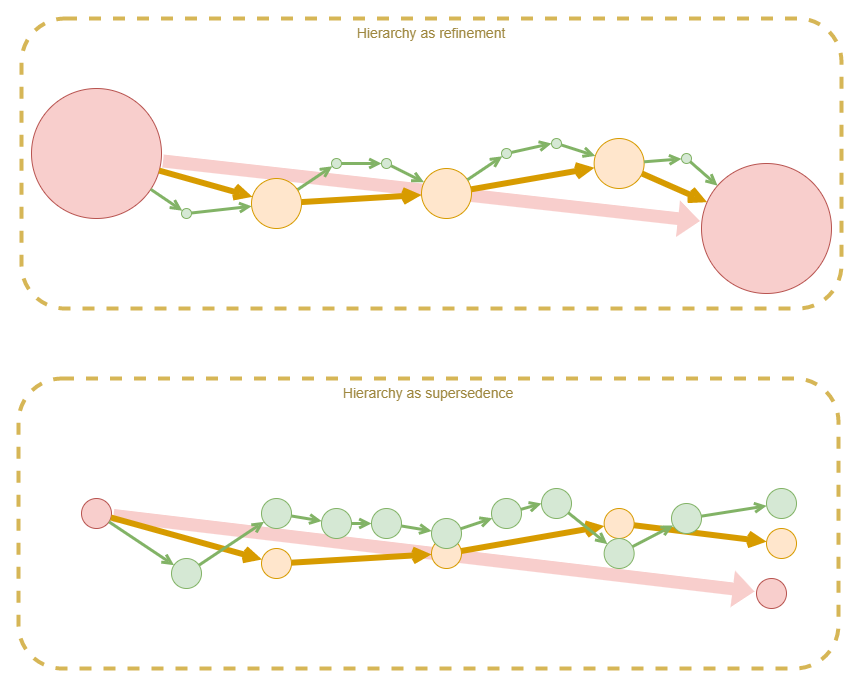
Before: files/Executive-control-hierarchical-rewards.png, a diagram exported from draw.io (malcolmlett/malcolmlett.github.io). Source tidied: cells renumbered, new cells last; positions are measured from the earlier drawing's top-left corner, leaving out a move shared by most shapes.
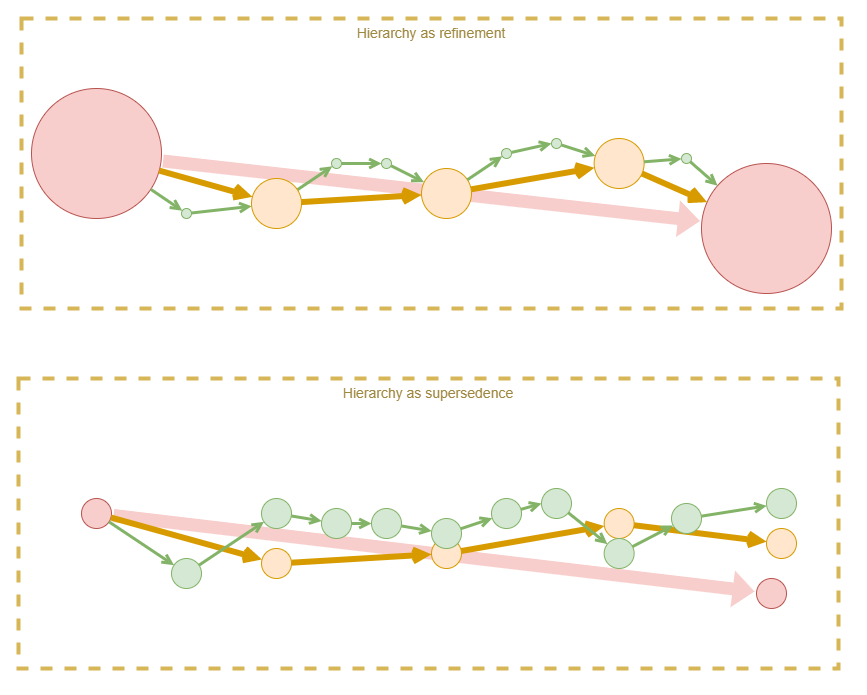
Later version of the same file.

What changed in the source:
```diff
@@ -2,10 +2,10 @@
   <root>
     <mxCell id="0" />
     <mxCell id="1" parent="0" />
-    <mxCell id="2" value="Hierarchy as refinement" style="rounded=1;whiteSpace=wrap;html=1;fontSize=14;strokeColor=#d6b656;fillColor=none;strokeWidth=4;dashed=1;verticalAlign=top;fontColor=#9E873F;" parent="1" vertex="1">
+    <mxCell id="2" value="Hierarchy as refinement" style="rounded=0;whiteSpace=wrap;html=1;fontSize=14;strokeColor=#d6b656;fillColor=none;strokeWidth=4;dashed=1;verticalAlign=top;fontColor=#9E873F;" parent="1" vertex="1">
       <mxGeometry x="3" width="820" height="290" as="geometry" />
     </mxCell>
-    <mxCell id="3" value="Hierarchy as supersedence" style="rounded=1;whiteSpace=wrap;html=1;fontSize=14;strokeColor=#d6b656;fillColor=none;strokeWidth=4;dashed=1;verticalAlign=top;fontColor=#9E873F;" parent="1" vertex="1">
+    <mxCell id="3" value="Hierarchy as supersedence" style="rounded=0;whiteSpace=wrap;html=1;fontSize=14;strokeColor=#d6b656;fillColor=none;strokeWidth=4;dashed=1;verticalAlign=top;fontColor=#9E873F;" parent="1" vertex="1">
       <mxGeometry y="360" width="820" height="290" as="geometry" />
     </mxCell>
     <mxCell id="4" style="edgeStyle=none;rounded=0;jettySize=auto;html=1;endArrow=open;endFill=0;strokeWidth=4;fontSize=14;shape=flexArrow;fillColor=#f8cecc;strokeColor=none;" parent="1" edge="1" source="20" target="21">
```
